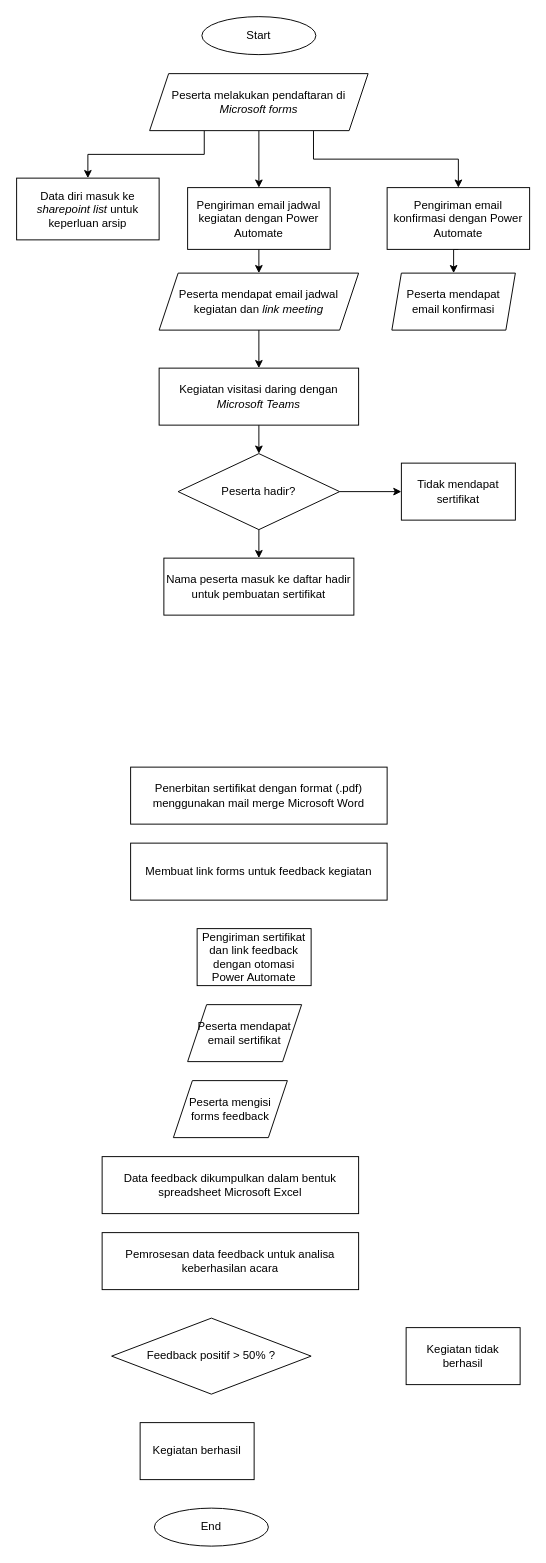
This is Flowchart Proses.drawio from kairamilanifitria/Capstone-Project, a draw.io file, before an edit. Source tidied: cells renumbered, new cells numbered last; positions are measured from the earlier drawing's top-left corner, leaving out a move shared by most shapes. Both pictures are drawn from the tidied source at 95%, with x=0, y=0 at pixel (16, 16).
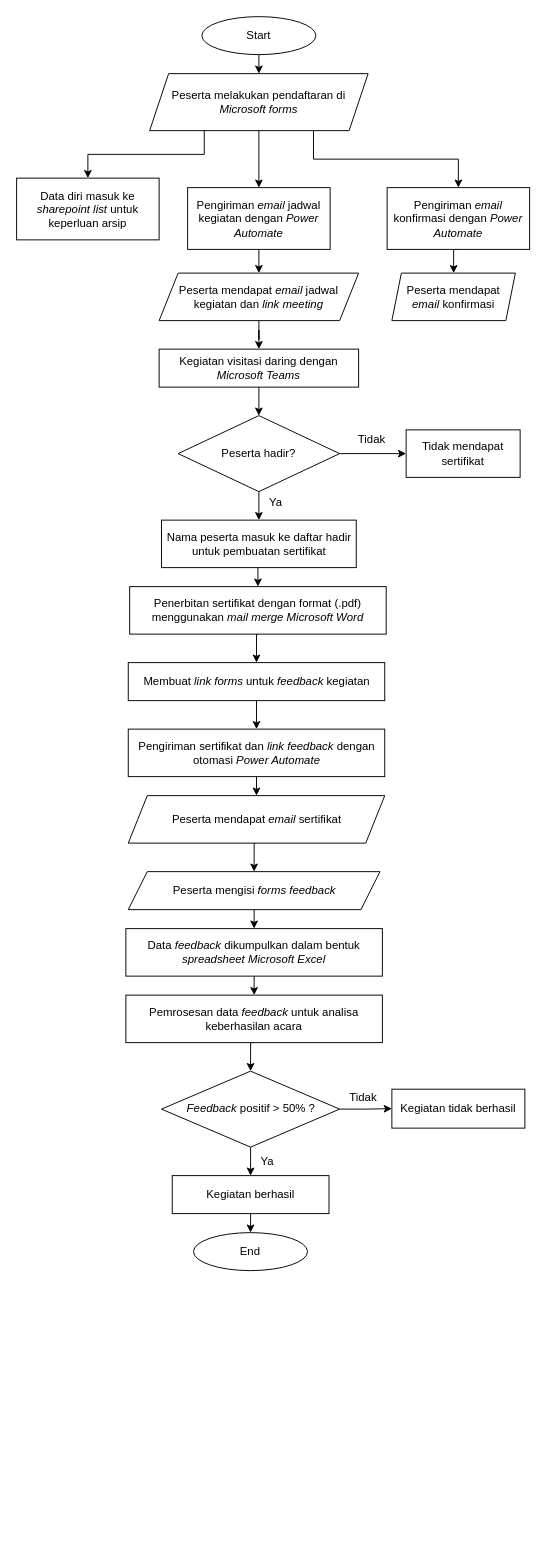
The same diagram, later.

The change refers to these unchanged cells:
```xml
<mxCell id="2" value="Start" style="ellipse;whiteSpace=wrap;html=1;" parent="1" vertex="1">
  <mxGeometry x="195" width="120" height="40" as="geometry" />
</mxCell>
<mxCell id="6" value="Peserta melakukan pendaftaran di &lt;i&gt;Microsoft&amp;nbsp;forms&lt;/i&gt;" style="shape=parallelogram;perimeter=parallelogramPerimeter;whiteSpace=wrap;html=1;fixedSize=1;" parent="1" vertex="1">
  <mxGeometry x="140" y="60" width="230" height="60" as="geometry" />
</mxCell>
```

What changed in the source:
```diff
@@
+    <mxCell id="33" style="edgeStyle=orthogonalEdgeStyle;rounded=0;jettySize=auto;html=1;exitX=0.5;exitY=1;exitDx=0;exitDy=0;entryX=0.5;entryY=0;entryDx=0;entryDy=0;" parent="1" edge="1" source="2" target="6">
+      <mxGeometry relative="1" as="geometry" />
+    </mxCell>
@@
-    <mxCell id="9" value="Pengiriman email konfirmasi dengan Power Automate" style="rounded=0;whiteSpace=wrap;html=1;" parent="1" vertex="1">
+    <mxCell id="9" value="Pengiriman &lt;i&gt;email&lt;/i&gt; konfirmasi dengan &lt;i&gt;Power Automate&lt;/i&gt;" style="rounded=0;whiteSpace=wrap;html=1;" parent="1" vertex="1">
       <mxGeometry x="390" y="180" width="150" height="65" as="geometry" />
     </mxCell>
@@
-    <mxCell id="11" value="Pengiriman email jadwal kegiatan dengan Power Automate" style="rounded=0;whiteSpace=wrap;html=1;" parent="1" vertex="1">
+    <mxCell id="11" value="Pengiriman &lt;i&gt;email&lt;/i&gt; jadwal kegiatan dengan &lt;i&gt;Power Automate&lt;/i&gt;" style="rounded=0;whiteSpace=wrap;html=1;" parent="1" vertex="1">
       <mxGeometry x="180" y="180" width="150" height="65" as="geometry" />
     </mxCell>
-    <mxCell id="12" value="Peserta mendapat email konfirmasi" style="shape=parallelogram;perimeter=parallelogramPerimeter;whiteSpace=wrap;html=1;fixedSize=1;size=10;" parent="1" vertex="1">
-      <mxGeometry x="395" y="270" width="130" height="60" as="geometry" />
+    <mxCell id="12" value="Peserta mendapat &lt;i&gt;email&lt;/i&gt; konfirmasi" style="shape=parallelogram;perimeter=parallelogramPerimeter;whiteSpace=wrap;html=1;fixedSize=1;size=10;" parent="1" vertex="1">
+      <mxGeometry x="395" y="270" width="130" height="50" as="geometry" />
     </mxCell>
@@
-    <mxCell id="14" value="Peserta mendapat email jadwal kegiatan dan &lt;i&gt;link meeting&lt;/i&gt;" style="shape=parallelogram;perimeter=parallelogramPerimeter;whiteSpace=wrap;html=1;fixedSize=1;" parent="1" vertex="1">
-      <mxGeometry x="150" y="270" width="210" height="60" as="geometry" />
+    <mxCell id="14" value="Peserta mendapat &lt;i&gt;email&lt;/i&gt; jadwal kegiatan dan &lt;i&gt;link meeting&lt;/i&gt;" style="shape=parallelogram;perimeter=parallelogramPerimeter;whiteSpace=wrap;html=1;fixedSize=1;" parent="1" vertex="1">
+      <mxGeometry x="150" y="270" width="210" height="50" as="geometry" />
     </mxCell>
@@
     <mxCell id="16" value="Kegiatan visitasi daring dengan &lt;i&gt;Microsoft Teams&lt;/i&gt;" style="rounded=0;whiteSpace=wrap;html=1;" parent="1" vertex="1">
-      <mxGeometry x="150" y="370" width="210" height="60" as="geometry" />
+      <mxGeometry x="150" y="350" width="210" height="40" as="geometry" />
     </mxCell>
@@
     <mxCell id="19" value="Peserta hadir?" style="rhombus;whiteSpace=wrap;html=1;" parent="1" vertex="1">
-      <mxGeometry x="170" y="460" width="170" height="80" as="geometry" />
+      <mxGeometry x="170" y="420" width="170" height="80" as="geometry" />
     </mxCell>
     <mxCell id="20" value="Tidak mendapat sertifikat" style="rounded=0;whiteSpace=wrap;html=1;" parent="1" vertex="1">
-      <mxGeometry x="405" y="470" width="120" height="60" as="geometry" />
+      <mxGeometry x="410" y="435" width="120" height="50" as="geometry" />
     </mxCell>
+    <mxCell id="34" style="edgeStyle=orthogonalEdgeStyle;rounded=0;jettySize=auto;html=1;exitX=0.5;exitY=1;exitDx=0;exitDy=0;entryX=0.5;entryY=0;entryDx=0;entryDy=0;" parent="1" edge="1" source="21" target="22">
+      <mxGeometry relative="1" as="geometry" />
+    </mxCell>
     <mxCell id="21" value="Nama peserta masuk ke daftar hadir untuk pembuatan sertifikat" style="rounded=0;whiteSpace=wrap;html=1;" parent="1" vertex="1">
-      <mxGeometry x="155" y="570" width="200" height="60" as="geometry" />
+      <mxGeometry x="152.5" y="530" width="205" height="50" as="geometry" />
     </mxCell>
+    <mxCell id="35" style="edgeStyle=orthogonalEdgeStyle;rounded=0;jettySize=auto;html=1;exitX=0.5;exitY=1;exitDx=0;exitDy=0;entryX=0.5;entryY=0;entryDx=0;entryDy=0;" parent="1" edge="1" source="22" target="24">
+      <mxGeometry relative="1" as="geometry" />
+    </mxCell>
-    <mxCell id="22" value="Penerbitan sertifikat dengan format (.pdf) menggunakan mail merge Microsoft Word" style="rounded=0;whiteSpace=wrap;html=1;" parent="1" vertex="1">
-      <mxGeometry x="120" y="790" width="270" height="60" as="geometry" />
+    <mxCell id="22" value="Penerbitan sertifikat dengan format (.pdf) menggunakan &lt;i&gt;mail merge Microsoft Word&lt;/i&gt;" style="rounded=0;whiteSpace=wrap;html=1;" parent="1" vertex="1">
+      <mxGeometry x="119" y="600" width="270" height="50" as="geometry" />
     </mxCell>
+    <mxCell id="36" style="edgeStyle=orthogonalEdgeStyle;rounded=0;jettySize=auto;html=1;exitX=0.5;exitY=1;exitDx=0;exitDy=0;entryX=0.5;entryY=0;entryDx=0;entryDy=0;" parent="1" edge="1" source="23" target="26">
+      <mxGeometry relative="1" as="geometry" />
+    </mxCell>
-    <mxCell id="23" value="Pengiriman sertifikat dan link feedback dengan otomasi Power Automate" style="rounded=0;whiteSpace=wrap;html=1;" parent="1" vertex="1">
-      <mxGeometry x="190" y="960" width="120" height="60" as="geometry" />
+    <mxCell id="23" value="Pengiriman sertifikat dan &lt;i&gt;link feedback&lt;/i&gt; dengan otomasi &lt;i&gt;Power Automate&lt;/i&gt;" style="rounded=0;whiteSpace=wrap;html=1;" parent="1" vertex="1">
+      <mxGeometry x="117.5" y="750" width="270" height="50" as="geometry" />
     </mxCell>
+    <mxCell id="37" style="edgeStyle=orthogonalEdgeStyle;rounded=0;jettySize=auto;html=1;exitX=0.5;exitY=1;exitDx=0;exitDy=0;entryX=0.5;entryY=0;entryDx=0;entryDy=0;" parent="1" edge="1" source="24" target="23">
+      <mxGeometry relative="1" as="geometry" />
+    </mxCell>
-    <mxCell id="24" value="Membuat link forms untuk feedback kegiatan" style="rounded=0;whiteSpace=wrap;html=1;" parent="1" vertex="1">
-      <mxGeometry x="120" y="870" width="270" height="60" as="geometry" />
+    <mxCell id="24" value="Membuat &lt;i&gt;link forms&lt;/i&gt; untuk &lt;i&gt;feedback &lt;/i&gt;kegiatan" style="rounded=0;whiteSpace=wrap;html=1;" parent="1" vertex="1">
+      <mxGeometry x="117.5" y="680" width="270" height="40" as="geometry" />
     </mxCell>
+    <mxCell id="38" style="edgeStyle=orthogonalEdgeStyle;rounded=0;jettySize=auto;html=1;exitX=0.5;exitY=1;exitDx=0;exitDy=0;entryX=0.5;entryY=0;entryDx=0;entryDy=0;" parent="1" edge="1" source="25" target="28">
+      <mxGeometry relative="1" as="geometry" />
+    </mxCell>
-    <mxCell id="25" value="Data feedback dikumpulkan dalam bentuk spreadsheet Microsoft Excel" style="rounded=0;whiteSpace=wrap;html=1;" parent="1" vertex="1">
-      <mxGeometry x="90" y="1200" width="270" height="60" as="geometry" />
+    <mxCell id="25" value="Data &lt;i&gt;feedback &lt;/i&gt;dikumpulkan dalam bentuk &lt;i&gt;spreadsheet Microsoft Excel&lt;/i&gt;" style="rounded=0;whiteSpace=wrap;html=1;" parent="1" vertex="1">
+      <mxGeometry x="115" y="960" width="270" height="50" as="geometry" />
     </mxCell>
+    <mxCell id="39" style="edgeStyle=orthogonalEdgeStyle;rounded=0;jettySize=auto;html=1;exitX=0.5;exitY=1;exitDx=0;exitDy=0;entryX=0.5;entryY=0;entryDx=0;entryDy=0;" parent="1" edge="1" source="26" target="27">
+      <mxGeometry relative="1" as="geometry" />
+    </mxCell>
-    <mxCell id="26" value="Peserta mendapat email sertifikat" style="shape=parallelogram;perimeter=parallelogramPerimeter;whiteSpace=wrap;html=1;fixedSize=1;" parent="1" vertex="1">
-      <mxGeometry x="180" y="1040" width="120" height="60" as="geometry" />
+    <mxCell id="26" value="Peserta mendapat &lt;i&gt;email &lt;/i&gt;sertifikat" style="shape=parallelogram;perimeter=parallelogramPerimeter;whiteSpace=wrap;html=1;fixedSize=1;" parent="1" vertex="1">
+      <mxGeometry x="117.5" y="820" width="270" height="50" as="geometry" />
     </mxCell>
+    <mxCell id="40" style="edgeStyle=orthogonalEdgeStyle;rounded=0;jettySize=auto;html=1;exitX=0.5;exitY=1;exitDx=0;exitDy=0;entryX=0.5;entryY=0;entryDx=0;entryDy=0;" parent="1" edge="1" source="27" target="25">
+      <mxGeometry relative="1" as="geometry" />
+    </mxCell>
-    <mxCell id="27" value="Peserta mengisi forms feedback" style="shape=parallelogram;perimeter=parallelogramPerimeter;whiteSpace=wrap;html=1;fixedSize=1;" parent="1" vertex="1">
-      <mxGeometry x="165" y="1120" width="120" height="60" as="geometry" />
+    <mxCell id="27" value="Peserta mengisi &lt;i&gt;forms feedback&lt;/i&gt;" style="shape=parallelogram;perimeter=parallelogramPerimeter;whiteSpace=wrap;html=1;fixedSize=1;" parent="1" vertex="1">
+      <mxGeometry x="117.5" y="900" width="265" height="40" as="geometry" />
     </mxCell>
+    <mxCell id="41" style="edgeStyle=orthogonalEdgeStyle;rounded=0;jettySize=auto;html=1;exitX=0.5;exitY=1;exitDx=0;exitDy=0;entryX=0.5;entryY=0;entryDx=0;entryDy=0;" parent="1" edge="1" source="28" target="29">
+      <mxGeometry relative="1" as="geometry" />
+    </mxCell>
-    <mxCell id="28" value="Pemrosesan data feedback untuk analisa keberhasilan acara" style="rounded=0;whiteSpace=wrap;html=1;" parent="1" vertex="1">
-      <mxGeometry x="90" y="1280" width="270" height="60" as="geometry" />
+    <mxCell id="28" value="Pemrosesan data &lt;i&gt;feedback &lt;/i&gt;untuk analisa keberhasilan acara" style="rounded=0;whiteSpace=wrap;html=1;" parent="1" vertex="1">
+      <mxGeometry x="115" y="1030" width="270" height="50" as="geometry" />
     </mxCell>
+    <mxCell id="42" style="edgeStyle=orthogonalEdgeStyle;rounded=0;jettySize=auto;html=1;exitX=1;exitY=0.5;exitDx=0;exitDy=0;entryX=0;entryY=0.5;entryDx=0;entryDy=0;" parent="1" edge="1" source="29" target="31">
+      <mxGeometry relative="1" as="geometry" />
+    </mxCell>
+    <mxCell id="43" style="edgeStyle=orthogonalEdgeStyle;rounded=0;jettySize=auto;html=1;exitX=0.5;exitY=1;exitDx=0;exitDy=0;entryX=0.5;entryY=0;entryDx=0;entryDy=0;" parent="1" edge="1" source="29" target="30">
+      <mxGeometry relative="1" as="geometry" />
+    </mxCell>
-    <mxCell id="29" value="Feedback positif &amp;gt; 50% ?" style="rhombus;whiteSpace=wrap;html=1;" parent="1" vertex="1">
-      <mxGeometry x="100" y="1370" width="210" height="80" as="geometry" />
+    <mxCell id="29" value="&lt;i&gt;Feedback &lt;/i&gt;positif &amp;gt; 50% ?" style="rhombus;whiteSpace=wrap;html=1;" parent="1" vertex="1">
+      <mxGeometry x="152.5" y="1110" width="187.5" height="80" as="geometry" />
     </mxCell>
+    <mxCell id="44" style="edgeStyle=orthogonalEdgeStyle;rounded=0;jettySize=auto;html=1;exitX=0.5;exitY=1;exitDx=0;exitDy=0;entryX=0.5;entryY=0;entryDx=0;entryDy=0;" parent="1" edge="1" source="30" target="32">
+      <mxGeometry relative="1" as="geometry" />
+    </mxCell>
     <mxCell id="30" value="Kegiatan berhasil" style="rounded=0;whiteSpace=wrap;html=1;" parent="1" vertex="1">
-      <mxGeometry x="130" y="1480" width="120" height="60" as="geometry" />
+      <mxGeometry x="163.8" y="1220" width="165" height="40" as="geometry" />
     </mxCell>
     <mxCell id="31" value="Kegiatan tidak berhasil" style="rounded=0;whiteSpace=wrap;html=1;" parent="1" vertex="1">
-      <mxGeometry x="410" y="1380" width="120" height="60" as="geometry" />
+      <mxGeometry x="395" y="1129" width="140" height="41" as="geometry" />
     </mxCell>
     <mxCell id="32" value="End" style="ellipse;whiteSpace=wrap;html=1;" parent="1" vertex="1">
-      <mxGeometry x="145" y="1570" width="120" height="40" as="geometry" />
+      <mxGeometry x="186.2" y="1280" width="120" height="40" as="geometry" />
     </mxCell>
+    <mxCell id="45" value="Tidak" style="text;html=1;strokeColor=none;fillColor=none;align=center;verticalAlign=middle;whiteSpace=wrap;rounded=0;" parent="1" vertex="1">
+      <mxGeometry x="344" y="430" width="60" height="30" as="geometry" />
+    </mxCell>
+    <mxCell id="46" value="Ya" style="text;html=1;strokeColor=none;fillColor=none;align=center;verticalAlign=middle;whiteSpace=wrap;rounded=0;" parent="1" vertex="1">
+      <mxGeometry x="243" y="497" width="60" height="30" as="geometry" />
+    </mxCell>
+    <mxCell id="47" value="Tidak" style="text;html=1;strokeColor=none;fillColor=none;align=center;verticalAlign=middle;whiteSpace=wrap;rounded=0;" parent="1" vertex="1">
+      <mxGeometry x="335" y="1123" width="60" height="30" as="geometry" />
+    </mxCell>
+    <mxCell id="48" value="Ya" style="text;html=1;strokeColor=none;fillColor=none;align=center;verticalAlign=middle;whiteSpace=wrap;rounded=0;" parent="1" vertex="1">
+      <mxGeometry x="234" y="1190" width="60" height="30" as="geometry" />
+    </mxCell>
```
